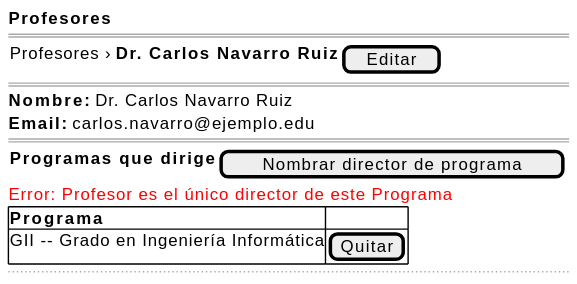
The PlantUML diagram images/RUP/01-requisitos/03-detalle-casos-uso/quitarDirectorPrograma/wireframe-bloqueada.svg in mmasias/pyCeldaPublico, before a commit.
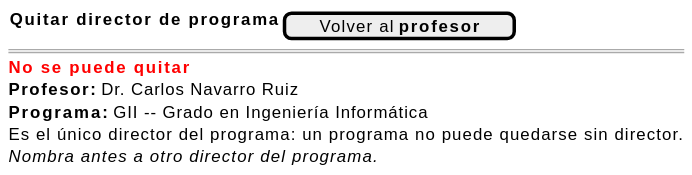
Later version of the same file.

What changed in the source:
```diff
@@ -1,18 +1,12 @@
 @startsalt quitarDirectorPrograma-wireframe-bloqueada
 {
-    <b>Profesores</b>
+    { <b>Quitar director de programa</b> | [ Volver al <b>profesor</b> ] }
     ====
-    { Profesores › <b>Dr. Carlos Navarro Ruiz</b> | [ Editar ] }
-    ====
-    <b>Nombre:</b> Dr. Carlos Navarro Ruiz
-    <b>Email:</b> carlos.navarro@ejemplo.edu
-    ====
-    { <b>Programas que dirige</b> | [ Nombrar director de programa ] }
-    <color:red>Error: Profesor es el único director de este Programa</color>
-    {#
-        <b>Programa</b> | .
-        GII -- Grado en Ingeniería Informática | [Quitar]
-    }
-    ..
+    <color:red><b>No se puede quitar</b></color>
+    <b>Profesor:</b> Dr. Carlos Navarro Ruiz
+    <b>Programa:</b> GII -- Grado en Ingeniería Informática
+
+    Es el único director del programa: un programa no puede quedarse sin director.
+    <i>Nombra antes a otro director del programa.</i>
 }
 @endsalt
```
